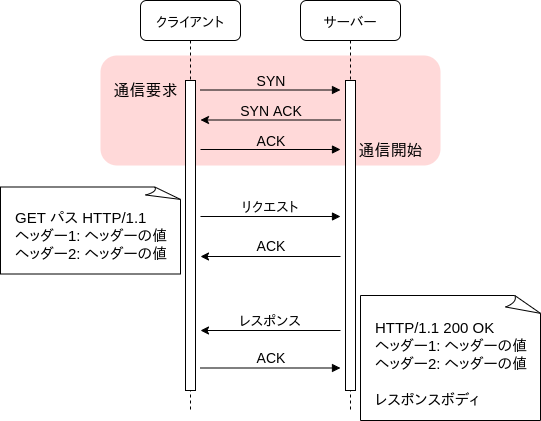
The draw.io diagram images/001/http_flow.png in shiopon01/slides, before a commit. Source tidied: cells renumbered, new cells last; positions are measured from the earlier drawing's top-left corner, leaving out a move shared by most shapes. The source it was exported from:
```xml
<mxGraphModel background="#ffffff">
  <root>
    <mxCell id="0" />
    <mxCell id="1" parent="0" />
    <mxCell id="2" style="rounded=1;whiteSpace=wrap;html=1;strokeColor=none;fillColor=#FFD9D9;" parent="1" vertex="1">
      <mxGeometry x="100" y="55" width="340" height="110" as="geometry" />
    </mxCell>
    <mxCell id="3" value="&lt;font style=&quot;font-size: 14px&quot;&gt;サーバー&lt;/font&gt;" style="shape=umlLifeline;perimeter=lifelinePerimeter;whiteSpace=wrap;html=1;rounded=1;shadow=0;comic=0;labelBackgroundColor=none;strokeColor=#000000;strokeWidth=1;fillColor=#FFFFFF;fontFamily=Verdana;fontSize=12;fontColor=#000000;align=center;" parent="1" vertex="1">
      <mxGeometry x="300" width="100" height="410" as="geometry" />
    </mxCell>
    <mxCell id="4" style="html=1;perimeter=orthogonalPerimeter;rounded=0;shadow=0;comic=0;labelBackgroundColor=none;strokeColor=#000000;strokeWidth=1;fillColor=#FFFFFF;fontFamily=Verdana;fontSize=12;fontColor=#000000;align=center;" parent="3" vertex="1">
      <mxGeometry x="45" y="80" width="10" height="310" as="geometry" />
    </mxCell>
    <mxCell id="5" value="&lt;font style=&quot;font-size: 14px&quot;&gt;クライアント&lt;/font&gt;" style="shape=umlLifeline;perimeter=lifelinePerimeter;whiteSpace=wrap;html=1;rounded=1;shadow=0;comic=0;labelBackgroundColor=none;strokeColor=#000000;strokeWidth=1;fillColor=#FFFFFF;fontFamily=Verdana;fontSize=12;fontColor=#000000;align=center;" parent="1" vertex="1">
      <mxGeometry x="140" width="100" height="410" as="geometry" />
    </mxCell>
    <mxCell id="6" style="html=1;perimeter=orthogonalPerimeter;rounded=0;shadow=0;comic=0;labelBackgroundColor=none;strokeColor=#000000;strokeWidth=1;fillColor=#FFFFFF;fontFamily=Verdana;fontSize=12;fontColor=#000000;align=center;" parent="5" vertex="1">
      <mxGeometry x="45" y="80" width="10" height="310" as="geometry" />
    </mxCell>
    <mxCell id="7" value="dispatch" style="html=1;verticalAlign=bottom;endArrow=block;entryX=0;entryY=0;labelBackgroundColor=none;fontFamily=Verdana;fontSize=12;edgeStyle=elbowEdgeStyle;elbow=vertical;" parent="1" edge="1">
      <mxGeometry relative="1" as="geometry">
        <mxPoint x="260" y="110" as="sourcePoint" />
      </mxGeometry>
    </mxCell>
    <mxCell id="8" value="dispatch" style="html=1;verticalAlign=bottom;endArrow=block;entryX=0;entryY=0;labelBackgroundColor=none;fontFamily=Verdana;fontSize=12;edgeStyle=elbowEdgeStyle;elbow=vertical;" parent="1" edge="1">
      <mxGeometry relative="1" as="geometry">
        <mxPoint x="410" y="120" as="sourcePoint" />
      </mxGeometry>
    </mxCell>
    <mxCell id="9" style="html=1;verticalAlign=bottom;endArrow=block;labelBackgroundColor=none;fontFamily=Verdana;fontSize=12;elbow=vertical;" parent="1" edge="1">
      <mxGeometry relative="1" as="geometry">
        <mxPoint x="200" y="216" as="sourcePoint" />
        <mxPoint x="340" y="216" as="targetPoint" />
      </mxGeometry>
    </mxCell>
    <mxCell id="10" value="&lt;span style=&quot;font-size: 14px&quot;&gt;リクエスト&lt;/span&gt;" style="text;html=1;strokeColor=none;fillColor=none;align=center;verticalAlign=middle;whiteSpace=wrap;rounded=0;" parent="1" vertex="1">
      <mxGeometry x="230" y="196" width="80" height="20" as="geometry" />
    </mxCell>
    <mxCell id="11" value="&lt;span style=&quot;font-size: 14px&quot;&gt;レスポンス&lt;/span&gt;" style="text;html=1;strokeColor=none;fillColor=none;align=center;verticalAlign=middle;whiteSpace=wrap;rounded=0;" parent="1" vertex="1">
      <mxGeometry x="230" y="310" width="80" height="20" as="geometry" />
    </mxCell>
    <mxCell id="12" style="edgeStyle=none;rounded=0;orthogonalLoop=1;jettySize=auto;html=1;exitX=0.75;exitY=1;exitDx=0;exitDy=0;" parent="1" edge="1">
      <mxGeometry relative="1" as="geometry">
        <mxPoint x="425" y="310" as="sourcePoint" />
        <mxPoint x="425" y="310" as="targetPoint" />
      </mxGeometry>
    </mxCell>
    <mxCell id="13" style="whiteSpace=wrap;html=1;shape=mxgraph.basic.document;fillColor=#FFFFFF;" parent="1" vertex="1">
      <mxGeometry y="186.5" width="180" height="87" as="geometry" />
    </mxCell>
    <mxCell id="14" style="endArrow=classic;html=1;" parent="1" edge="1">
      <mxGeometry relative="1" as="geometry">
        <mxPoint x="340" y="330" as="sourcePoint" />
        <mxPoint x="200" y="330" as="targetPoint" />
      </mxGeometry>
    </mxCell>
    <mxCell id="15" value="&lt;span style=&quot;font-size: 15px&quot;&gt;GET パス HTTP/1.1&lt;br&gt;ヘッダー1: ヘッダーの値&lt;br&gt;&lt;/span&gt;&lt;span style=&quot;font-size: 15px&quot;&gt;ヘッダー2: ヘッダーの値&lt;br&gt;&lt;/span&gt;" style="text;html=1;strokeColor=none;fillColor=none;align=left;verticalAlign=middle;whiteSpace=wrap;rounded=0;" parent="1" vertex="1">
      <mxGeometry x="13" y="206.5" width="160" height="57" as="geometry" />
    </mxCell>
    <mxCell id="16" style="whiteSpace=wrap;html=1;shape=mxgraph.basic.document;fillColor=#FFFFFF;" parent="1" vertex="1">
      <mxGeometry x="360" y="295" width="180" height="125" as="geometry" />
    </mxCell>
    <mxCell id="17" value="&lt;span style=&quot;font-size: 15px&quot;&gt;HTTP/1.1 200 OK&lt;br&gt;ヘッダー1: ヘッダーの値&lt;br&gt;&lt;/span&gt;&lt;span style=&quot;font-size: 15px&quot;&gt;ヘッダー2: ヘッダーの値&lt;br&gt;&lt;br&gt;レスポンスボディ&lt;br&gt;&lt;/span&gt;" style="text;html=1;strokeColor=none;fillColor=none;align=left;verticalAlign=middle;whiteSpace=wrap;rounded=0;" parent="1" vertex="1">
      <mxGeometry x="373" y="315" width="157" height="95" as="geometry" />
    </mxCell>
    <mxCell id="18" style="html=1;verticalAlign=bottom;endArrow=block;labelBackgroundColor=none;fontFamily=Verdana;fontSize=12;elbow=vertical;" parent="1" edge="1">
      <mxGeometry relative="1" as="geometry">
        <mxPoint x="200" y="89.5" as="sourcePoint" />
        <mxPoint x="340" y="89.5" as="targetPoint" />
      </mxGeometry>
    </mxCell>
    <mxCell id="19" style="html=1;verticalAlign=bottom;endArrow=block;labelBackgroundColor=none;fontFamily=Verdana;fontSize=12;elbow=vertical;" parent="1" edge="1">
      <mxGeometry relative="1" as="geometry">
        <mxPoint x="200" y="149" as="sourcePoint" />
        <mxPoint x="340" y="149" as="targetPoint" />
      </mxGeometry>
    </mxCell>
    <mxCell id="20" value="&lt;font style=&quot;font-size: 14px&quot;&gt;SYN&lt;/font&gt;" style="text;html=1;strokeColor=none;fillColor=none;align=center;verticalAlign=middle;whiteSpace=wrap;rounded=0;" parent="1" vertex="1">
      <mxGeometry x="240" y="69.5" width="60" height="20" as="geometry" />
    </mxCell>
    <mxCell id="21" value="&lt;span style=&quot;font-size: 14px&quot;&gt;SYN ACK&lt;/span&gt;" style="text;html=1;strokeColor=none;fillColor=none;align=center;verticalAlign=middle;whiteSpace=wrap;rounded=0;" parent="1" vertex="1">
      <mxGeometry x="230" y="99.5" width="80" height="20" as="geometry" />
    </mxCell>
    <mxCell id="22" style="endArrow=classic;html=1;" parent="1" edge="1">
      <mxGeometry relative="1" as="geometry">
        <mxPoint x="340" y="119.5" as="sourcePoint" />
        <mxPoint x="200" y="119.5" as="targetPoint" />
      </mxGeometry>
    </mxCell>
    <mxCell id="23" value="&lt;span style=&quot;font-size: 14px&quot;&gt;ACK&lt;/span&gt;" style="text;html=1;strokeColor=none;fillColor=none;align=center;verticalAlign=middle;whiteSpace=wrap;rounded=0;" parent="1" vertex="1">
      <mxGeometry x="230" y="129.5" width="80" height="20" as="geometry" />
    </mxCell>
    <mxCell id="24" value="&lt;span style=&quot;font-size: 16px&quot;&gt;通信要求&lt;/span&gt;" style="text;html=1;strokeColor=none;fillColor=none;align=center;verticalAlign=middle;whiteSpace=wrap;rounded=0;" parent="1" vertex="1">
      <mxGeometry x="110" y="74.5" width="70" height="30" as="geometry" />
    </mxCell>
    <mxCell id="25" value="&lt;span style=&quot;font-size: 16px&quot;&gt;通信開始&lt;br&gt;&lt;/span&gt;" style="text;html=1;strokeColor=none;fillColor=none;align=center;verticalAlign=middle;whiteSpace=wrap;rounded=0;" parent="1" vertex="1">
      <mxGeometry x="350" y="139.5" width="80" height="20" as="geometry" />
    </mxCell>
    <mxCell id="26" style="endArrow=classic;html=1;" parent="1" edge="1">
      <mxGeometry relative="1" as="geometry">
        <mxPoint x="340" y="256" as="sourcePoint" />
        <mxPoint x="200" y="256" as="targetPoint" />
      </mxGeometry>
    </mxCell>
    <mxCell id="27" value="&lt;span style=&quot;font-size: 14px&quot;&gt;ACK&lt;/span&gt;" style="text;html=1;strokeColor=none;fillColor=none;align=center;verticalAlign=middle;whiteSpace=wrap;rounded=0;" parent="1" vertex="1">
      <mxGeometry x="230" y="235" width="80" height="20" as="geometry" />
    </mxCell>
    <mxCell id="28" style="html=1;verticalAlign=bottom;endArrow=block;labelBackgroundColor=none;fontFamily=Verdana;fontSize=12;elbow=vertical;" parent="1" edge="1">
      <mxGeometry relative="1" as="geometry">
        <mxPoint x="200" y="367.5" as="sourcePoint" />
        <mxPoint x="340" y="367.5" as="targetPoint" />
      </mxGeometry>
    </mxCell>
    <mxCell id="29" value="&lt;span style=&quot;font-size: 14px&quot;&gt;ACK&lt;/span&gt;" style="text;html=1;strokeColor=none;fillColor=none;align=center;verticalAlign=middle;whiteSpace=wrap;rounded=0;" parent="1" vertex="1">
      <mxGeometry x="230" y="347" width="80" height="20" as="geometry" />
    </mxCell>
  </root>
</mxGraphModel>
```
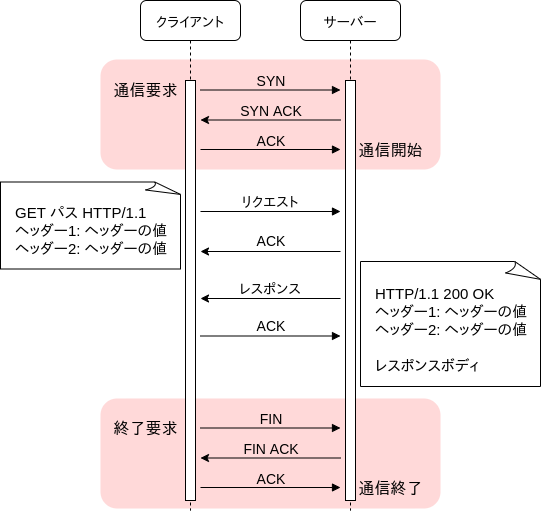
Above is the later version.

Commit message:
end end of tcp&http

Diff of the diagram source:
```diff
@@ -2,20 +2,23 @@
   <root>
     <mxCell id="0" />
     <mxCell id="1" parent="0" />
+    <mxCell id="30" style="rounded=1;whiteSpace=wrap;html=1;strokeColor=none;fillColor=#FFD9D9;" parent="1" vertex="1">
+      <mxGeometry x="100" y="398" width="340" height="110" as="geometry" />
+    </mxCell>
     <mxCell id="2" style="rounded=1;whiteSpace=wrap;html=1;strokeColor=none;fillColor=#FFD9D9;" parent="1" vertex="1">
-      <mxGeometry x="100" y="55" width="340" height="110" as="geometry" />
+      <mxGeometry x="100" y="59" width="340" height="110" as="geometry" />
     </mxCell>
     <mxCell id="3" value="&lt;font style=&quot;font-size: 14px&quot;&gt;サーバー&lt;/font&gt;" style="shape=umlLifeline;perimeter=lifelinePerimeter;whiteSpace=wrap;html=1;rounded=1;shadow=0;comic=0;labelBackgroundColor=none;strokeColor=#000000;strokeWidth=1;fillColor=#FFFFFF;fontFamily=Verdana;fontSize=12;fontColor=#000000;align=center;" parent="1" vertex="1">
-      <mxGeometry x="300" width="100" height="410" as="geometry" />
+      <mxGeometry x="300" width="100" height="510" as="geometry" />
     </mxCell>
     <mxCell id="4" style="html=1;perimeter=orthogonalPerimeter;rounded=0;shadow=0;comic=0;labelBackgroundColor=none;strokeColor=#000000;strokeWidth=1;fillColor=#FFFFFF;fontFamily=Verdana;fontSize=12;fontColor=#000000;align=center;" parent="3" vertex="1">
-      <mxGeometry x="45" y="80" width="10" height="310" as="geometry" />
+      <mxGeometry x="45" y="80" width="10" height="420" as="geometry" />
     </mxCell>
     <mxCell id="5" value="&lt;font style=&quot;font-size: 14px&quot;&gt;クライアント&lt;/font&gt;" style="shape=umlLifeline;perimeter=lifelinePerimeter;whiteSpace=wrap;html=1;rounded=1;shadow=0;comic=0;labelBackgroundColor=none;strokeColor=#000000;strokeWidth=1;fillColor=#FFFFFF;fontFamily=Verdana;fontSize=12;fontColor=#000000;align=center;" parent="1" vertex="1">
-      <mxGeometry x="140" width="100" height="410" as="geometry" />
+      <mxGeometry x="140" width="100" height="510" as="geometry" />
     </mxCell>
     <mxCell id="6" style="html=1;perimeter=orthogonalPerimeter;rounded=0;shadow=0;comic=0;labelBackgroundColor=none;strokeColor=#000000;strokeWidth=1;fillColor=#FFFFFF;fontFamily=Verdana;fontSize=12;fontColor=#000000;align=center;" parent="5" vertex="1">
-      <mxGeometry x="45" y="80" width="10" height="310" as="geometry" />
+      <mxGeometry x="45" y="80" width="10" height="420" as="geometry" />
     </mxCell>
     <mxCell id="7" value="dispatch" style="html=1;verticalAlign=bottom;endArrow=block;entryX=0;entryY=0;labelBackgroundColor=none;fontFamily=Verdana;fontSize=12;edgeStyle=elbowEdgeStyle;elbow=vertical;" parent="1" edge="1">
       <mxGeometry relative="1" as="geometry">
@@ -29,39 +32,39 @@
     </mxCell>
     <mxCell id="9" style="html=1;verticalAlign=bottom;endArrow=block;labelBackgroundColor=none;fontFamily=Verdana;fontSize=12;elbow=vertical;" parent="1" edge="1">
       <mxGeometry relative="1" as="geometry">
-        <mxPoint x="200" y="216" as="sourcePoint" />
-        <mxPoint x="340" y="216" as="targetPoint" />
+        <mxPoint x="200" y="211" as="sourcePoint" />
+        <mxPoint x="340" y="211" as="targetPoint" />
       </mxGeometry>
     </mxCell>
     <mxCell id="10" value="&lt;span style=&quot;font-size: 14px&quot;&gt;リクエスト&lt;/span&gt;" style="text;html=1;strokeColor=none;fillColor=none;align=center;verticalAlign=middle;whiteSpace=wrap;rounded=0;" parent="1" vertex="1">
-      <mxGeometry x="230" y="196" width="80" height="20" as="geometry" />
+      <mxGeometry x="230" y="191" width="80" height="20" as="geometry" />
     </mxCell>
     <mxCell id="11" value="&lt;span style=&quot;font-size: 14px&quot;&gt;レスポンス&lt;/span&gt;" style="text;html=1;strokeColor=none;fillColor=none;align=center;verticalAlign=middle;whiteSpace=wrap;rounded=0;" parent="1" vertex="1">
-      <mxGeometry x="230" y="310" width="80" height="20" as="geometry" />
+      <mxGeometry x="230" y="278" width="80" height="20" as="geometry" />
     </mxCell>
     <mxCell id="12" style="edgeStyle=none;rounded=0;orthogonalLoop=1;jettySize=auto;html=1;exitX=0.75;exitY=1;exitDx=0;exitDy=0;" parent="1" edge="1">
       <mxGeometry relative="1" as="geometry">
-        <mxPoint x="425" y="310" as="sourcePoint" />
-        <mxPoint x="425" y="310" as="targetPoint" />
+        <mxPoint x="425" y="276" as="sourcePoint" />
+        <mxPoint x="425" y="276" as="targetPoint" />
       </mxGeometry>
     </mxCell>
     <mxCell id="13" style="whiteSpace=wrap;html=1;shape=mxgraph.basic.document;fillColor=#FFFFFF;" parent="1" vertex="1">
-      <mxGeometry y="186.5" width="180" height="87" as="geometry" />
+      <mxGeometry y="181.5" width="180" height="87" as="geometry" />
     </mxCell>
     <mxCell id="14" style="endArrow=classic;html=1;" parent="1" edge="1">
       <mxGeometry relative="1" as="geometry">
-        <mxPoint x="340" y="330" as="sourcePoint" />
-        <mxPoint x="200" y="330" as="targetPoint" />
+        <mxPoint x="340" y="298" as="sourcePoint" />
+        <mxPoint x="200" y="298" as="targetPoint" />
       </mxGeometry>
     </mxCell>
     <mxCell id="15" value="&lt;span style=&quot;font-size: 15px&quot;&gt;GET パス HTTP/1.1&lt;br&gt;ヘッダー1: ヘッダーの値&lt;br&gt;&lt;/span&gt;&lt;span style=&quot;font-size: 15px&quot;&gt;ヘッダー2: ヘッダーの値&lt;br&gt;&lt;/span&gt;" style="text;html=1;strokeColor=none;fillColor=none;align=left;verticalAlign=middle;whiteSpace=wrap;rounded=0;" parent="1" vertex="1">
-      <mxGeometry x="13" y="206.5" width="160" height="57" as="geometry" />
+      <mxGeometry x="13" y="201.5" width="160" height="57" as="geometry" />
     </mxCell>
     <mxCell id="16" style="whiteSpace=wrap;html=1;shape=mxgraph.basic.document;fillColor=#FFFFFF;" parent="1" vertex="1">
-      <mxGeometry x="360" y="295" width="180" height="125" as="geometry" />
+      <mxGeometry x="360" y="261" width="180" height="125" as="geometry" />
     </mxCell>
     <mxCell id="17" value="&lt;span style=&quot;font-size: 15px&quot;&gt;HTTP/1.1 200 OK&lt;br&gt;ヘッダー1: ヘッダーの値&lt;br&gt;&lt;/span&gt;&lt;span style=&quot;font-size: 15px&quot;&gt;ヘッダー2: ヘッダーの値&lt;br&gt;&lt;br&gt;レスポンスボディ&lt;br&gt;&lt;/span&gt;" style="text;html=1;strokeColor=none;fillColor=none;align=left;verticalAlign=middle;whiteSpace=wrap;rounded=0;" parent="1" vertex="1">
-      <mxGeometry x="373" y="315" width="157" height="95" as="geometry" />
+      <mxGeometry x="373" y="281" width="157" height="95" as="geometry" />
     </mxCell>
     <mxCell id="18" style="html=1;verticalAlign=bottom;endArrow=block;labelBackgroundColor=none;fontFamily=Verdana;fontSize=12;elbow=vertical;" parent="1" edge="1">
       <mxGeometry relative="1" as="geometry">
@@ -98,21 +101,54 @@
     </mxCell>
     <mxCell id="26" style="endArrow=classic;html=1;" parent="1" edge="1">
       <mxGeometry relative="1" as="geometry">
-        <mxPoint x="340" y="256" as="sourcePoint" />
-        <mxPoint x="200" y="256" as="targetPoint" />
+        <mxPoint x="340" y="251" as="sourcePoint" />
+        <mxPoint x="200" y="251" as="targetPoint" />
       </mxGeometry>
     </mxCell>
     <mxCell id="27" value="&lt;span style=&quot;font-size: 14px&quot;&gt;ACK&lt;/span&gt;" style="text;html=1;strokeColor=none;fillColor=none;align=center;verticalAlign=middle;whiteSpace=wrap;rounded=0;" parent="1" vertex="1">
-      <mxGeometry x="230" y="235" width="80" height="20" as="geometry" />
+      <mxGeometry x="230" y="230" width="80" height="20" as="geometry" />
     </mxCell>
     <mxCell id="28" style="html=1;verticalAlign=bottom;endArrow=block;labelBackgroundColor=none;fontFamily=Verdana;fontSize=12;elbow=vertical;" parent="1" edge="1">
       <mxGeometry relative="1" as="geometry">
-        <mxPoint x="200" y="367.5" as="sourcePoint" />
-        <mxPoint x="340" y="367.5" as="targetPoint" />
+        <mxPoint x="200" y="335.5" as="sourcePoint" />
+        <mxPoint x="340" y="335.5" as="targetPoint" />
       </mxGeometry>
     </mxCell>
     <mxCell id="29" value="&lt;span style=&quot;font-size: 14px&quot;&gt;ACK&lt;/span&gt;" style="text;html=1;strokeColor=none;fillColor=none;align=center;verticalAlign=middle;whiteSpace=wrap;rounded=0;" parent="1" vertex="1">
-      <mxGeometry x="230" y="347" width="80" height="20" as="geometry" />
+      <mxGeometry x="230" y="315" width="80" height="20" as="geometry" />
     </mxCell>
+    <mxCell id="31" style="html=1;verticalAlign=bottom;endArrow=block;labelBackgroundColor=none;fontFamily=Verdana;fontSize=12;elbow=vertical;" parent="1" edge="1">
+      <mxGeometry relative="1" as="geometry">
+        <mxPoint x="200" y="427.5" as="sourcePoint" />
+        <mxPoint x="340" y="427.5" as="targetPoint" />
+      </mxGeometry>
+    </mxCell>
+    <mxCell id="32" style="html=1;verticalAlign=bottom;endArrow=block;labelBackgroundColor=none;fontFamily=Verdana;fontSize=12;elbow=vertical;" parent="1" edge="1">
+      <mxGeometry relative="1" as="geometry">
+        <mxPoint x="200" y="487" as="sourcePoint" />
+        <mxPoint x="340" y="487" as="targetPoint" />
+      </mxGeometry>
+    </mxCell>
+    <mxCell id="33" value="&lt;span style=&quot;font-size: 14px&quot;&gt;FIN&lt;/span&gt;" style="text;html=1;strokeColor=none;fillColor=none;align=center;verticalAlign=middle;whiteSpace=wrap;rounded=0;" parent="1" vertex="1">
+      <mxGeometry x="240" y="407.5" width="60" height="20" as="geometry" />
+    </mxCell>
+    <mxCell id="34" value="&lt;span style=&quot;font-size: 14px&quot;&gt;FIN ACK&lt;/span&gt;" style="text;html=1;strokeColor=none;fillColor=none;align=center;verticalAlign=middle;whiteSpace=wrap;rounded=0;" parent="1" vertex="1">
+      <mxGeometry x="230" y="437.5" width="80" height="20" as="geometry" />
+    </mxCell>
+    <mxCell id="35" style="endArrow=classic;html=1;" parent="1" edge="1">
+      <mxGeometry relative="1" as="geometry">
+        <mxPoint x="340" y="457.5" as="sourcePoint" />
+        <mxPoint x="200" y="457.5" as="targetPoint" />
+      </mxGeometry>
+    </mxCell>
+    <mxCell id="36" value="&lt;span style=&quot;font-size: 14px&quot;&gt;ACK&lt;/span&gt;" style="text;html=1;strokeColor=none;fillColor=none;align=center;verticalAlign=middle;whiteSpace=wrap;rounded=0;" parent="1" vertex="1">
+      <mxGeometry x="230" y="467.5" width="80" height="20" as="geometry" />
+    </mxCell>
+    <mxCell id="37" value="&lt;span style=&quot;font-size: 16px&quot;&gt;終了要求&lt;/span&gt;" style="text;html=1;strokeColor=none;fillColor=none;align=center;verticalAlign=middle;whiteSpace=wrap;rounded=0;" parent="1" vertex="1">
+      <mxGeometry x="110" y="412.5" width="70" height="30" as="geometry" />
+    </mxCell>
+    <mxCell id="38" value="&lt;span style=&quot;font-size: 16px&quot;&gt;通信終了&lt;br&gt;&lt;/span&gt;" style="text;html=1;strokeColor=none;fillColor=none;align=center;verticalAlign=middle;whiteSpace=wrap;rounded=0;" parent="1" vertex="1">
+      <mxGeometry x="350" y="477.5" width="80" height="20" as="geometry" />
+    </mxCell>
   </root>
 </mxGraphModel>
```
